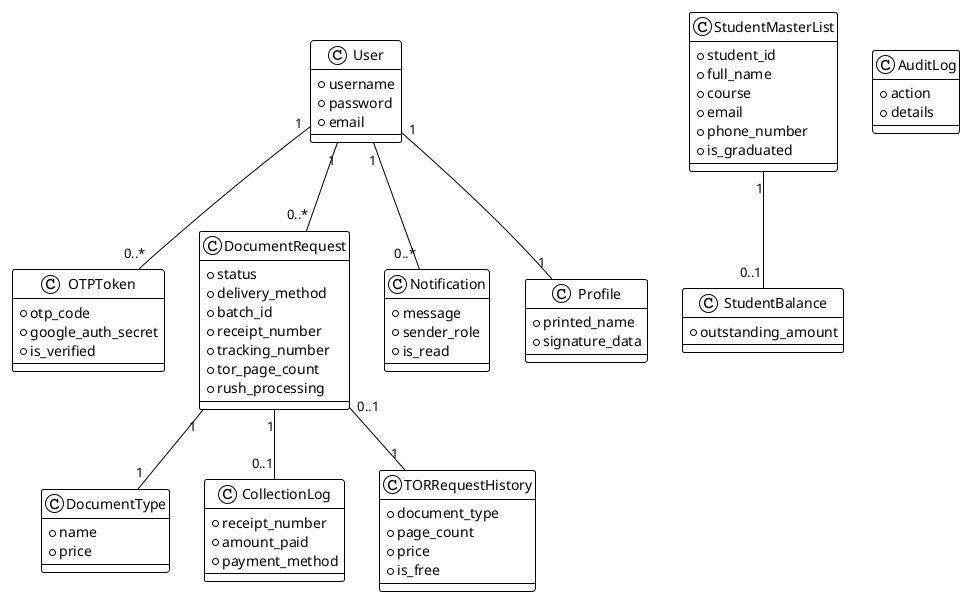
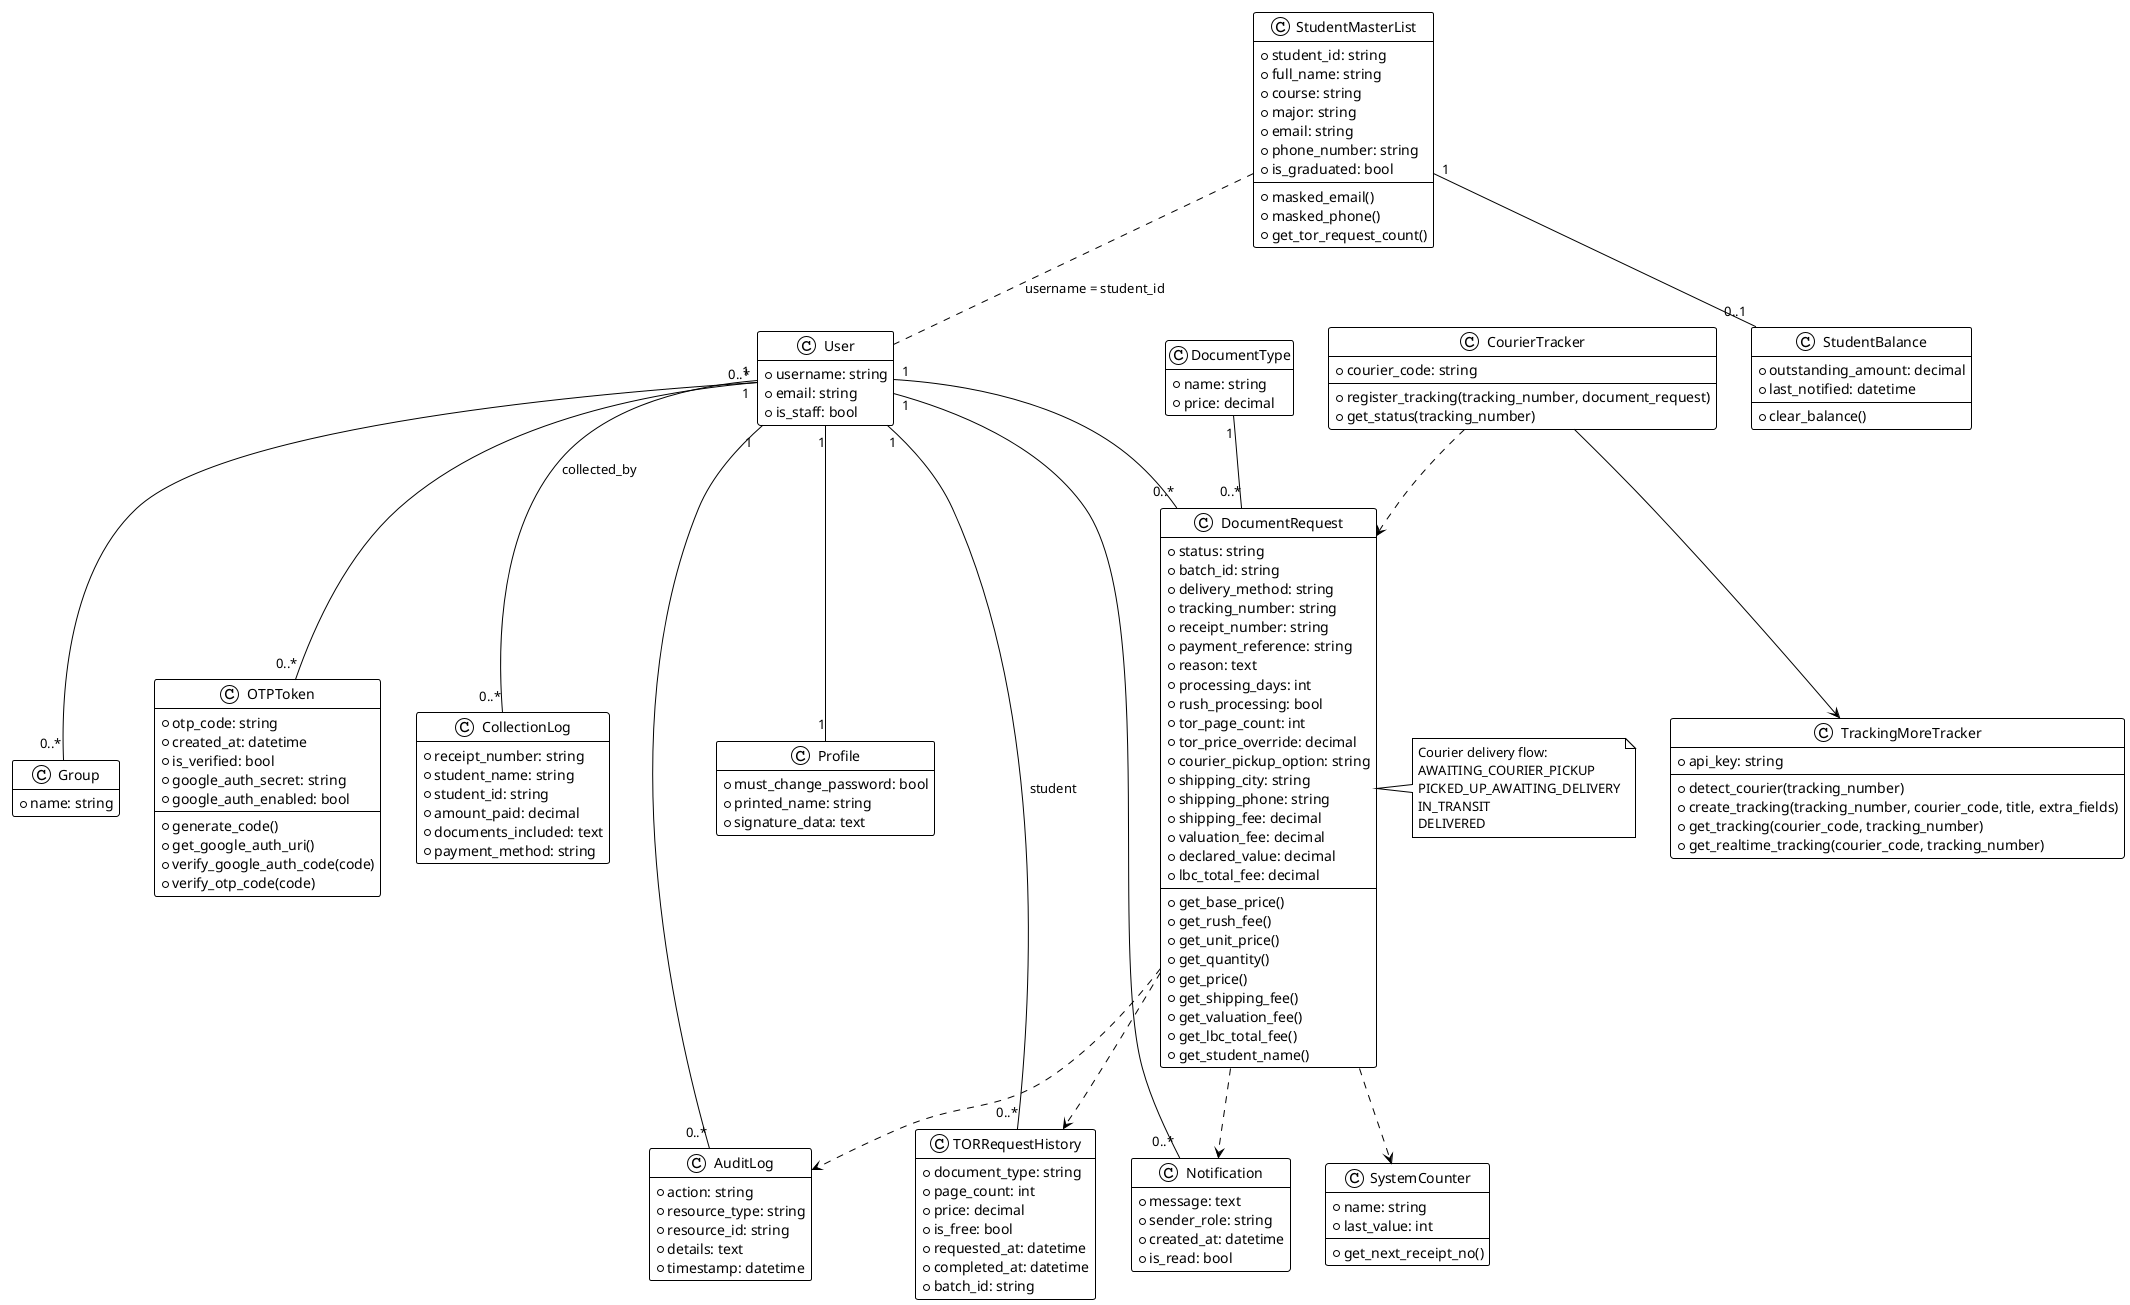
@startuml CATC Document Request Portal - Class Diagram
- skinparam fontSize 12
!theme plain
+ skinparam shadowing false
+ hide empty members

- skinparam class {
-     BackgroundColor white
-     BorderColor black
-     Shadowing false
+ class User {
+   +username: string
+   +email: string
+   +is_staff: bool
}

- class User {
-     +username
-     +password
-     +email
+ class Group {
+   +name: string
}

class StudentMasterList {
-     +student_id
-     +full_name
-     +course
-     +email
-     +phone_number
-     +is_graduated
+   +student_id: string
+   +full_name: string
+   +course: string
+   +major: string
+   +email: string
+   +phone_number: string
+   +is_graduated: bool
+   +masked_email()
+   +masked_phone()
+   +get_tor_request_count()
}

class OTPToken {
-     +otp_code
-     +google_auth_secret
-     +is_verified
+   +otp_code: string
+   +created_at: datetime
+   +is_verified: bool
+   +google_auth_secret: string
+   +google_auth_enabled: bool
+   +generate_code()
+   +get_google_auth_uri()
+   +verify_google_auth_code(code)
+   +verify_otp_code(code)
}

class DocumentType {
-     +name
-     +price
+   +name: string
+   +price: decimal
}

class DocumentRequest {
-     +status
-     +delivery_method
-     +batch_id
-     +receipt_number
-     +tracking_number
-     +tor_page_count
-     +rush_processing
+   +status: string
+   +batch_id: string
+   +delivery_method: string
+   +tracking_number: string
+   +receipt_number: string
+   +payment_reference: string
+   +reason: text
+   +processing_days: int
+   +rush_processing: bool
+   +tor_page_count: int
+   +tor_price_override: decimal
+   +courier_pickup_option: string
+   +shipping_city: string
+   +shipping_phone: string
+   +shipping_fee: decimal
+   +valuation_fee: decimal
+   +declared_value: decimal
+   +lbc_total_fee: decimal
+   +get_base_price()
+   +get_rush_fee()
+   +get_unit_price()
+   +get_quantity()
+   +get_price()
+   +get_shipping_fee()
+   +get_valuation_fee()
+   +get_lbc_total_fee()
+   +get_student_name()
+ }
+ 
+ class SystemCounter {
+   +name: string
+   +last_value: int
+   +get_next_receipt_no()
}

class StudentBalance {
-     +outstanding_amount
+   +outstanding_amount: decimal
+   +last_notified: datetime
+   +clear_balance()
}

class Notification {
-     +message
-     +sender_role
-     +is_read
+   +message: text
+   +sender_role: string
+   +created_at: datetime
+   +is_read: bool
}

class CollectionLog {
-     +receipt_number
-     +amount_paid
-     +payment_method
+   +receipt_number: string
+   +student_name: string
+   +student_id: string
+   +amount_paid: decimal
+   +documents_included: text
+   +payment_method: string
}

class AuditLog {
-     +action
-     +details
+   +action: string
+   +resource_type: string
+   +resource_id: string
+   +details: text
+   +timestamp: datetime
}

class Profile {
-     +printed_name
-     +signature_data
+   +must_change_password: bool
+   +printed_name: string
+   +signature_data: text
}

class TORRequestHistory {
-     +document_type
-     +page_count
-     +price
-     +is_free
+   +document_type: string
+   +page_count: int
+   +price: decimal
+   +is_free: bool
+   +requested_at: datetime
+   +completed_at: datetime
+   +batch_id: string
}

- User "1" -- "1" Profile
+ class TrackingMoreTracker {
+   +api_key: string
+   +detect_courier(tracking_number)
+   +create_tracking(tracking_number, courier_code, title, extra_fields)
+   +get_tracking(courier_code, tracking_number)
+   +get_realtime_tracking(courier_code, tracking_number)
+ }
+ 
+ class CourierTracker {
+   +courier_code: string
+   +register_tracking(tracking_number, document_request)
+   +get_status(tracking_number)
+ }
+ 
User "1" -- "0..*" OTPToken
User "1" -- "0..*" DocumentRequest
User "1" -- "0..*" Notification
+ User "1" -- "0..*" AuditLog
+ User "1" -- "1" Profile
+ User "1" -- "0..*" CollectionLog : collected_by
+ User "1" -- "0..*" TORRequestHistory : student
+ User "0..*" -- "0..*" Group
+ 
StudentMasterList "1" -- "0..1" StudentBalance
- DocumentRequest "1" -- "1" DocumentType
- DocumentRequest "1" -- "0..1" CollectionLog
- DocumentRequest "0..1" -- "1" TORRequestHistory
+ StudentMasterList .. User : username = student_id

- @enduml+ DocumentType "1" -- "0..*" DocumentRequest
+ DocumentRequest ..> SystemCounter
+ DocumentRequest ..> Notification
+ DocumentRequest ..> AuditLog
+ DocumentRequest ..> TORRequestHistory
+ CourierTracker --> TrackingMoreTracker
+ CourierTracker ..> DocumentRequest
+ 
+ note right of DocumentRequest
+ Courier delivery flow:
+ AWAITING_COURIER_PICKUP
+ PICKED_UP_AWAITING_DELIVERY
+ IN_TRANSIT
+ DELIVERED
+ end note
+ 
+ @enduml
